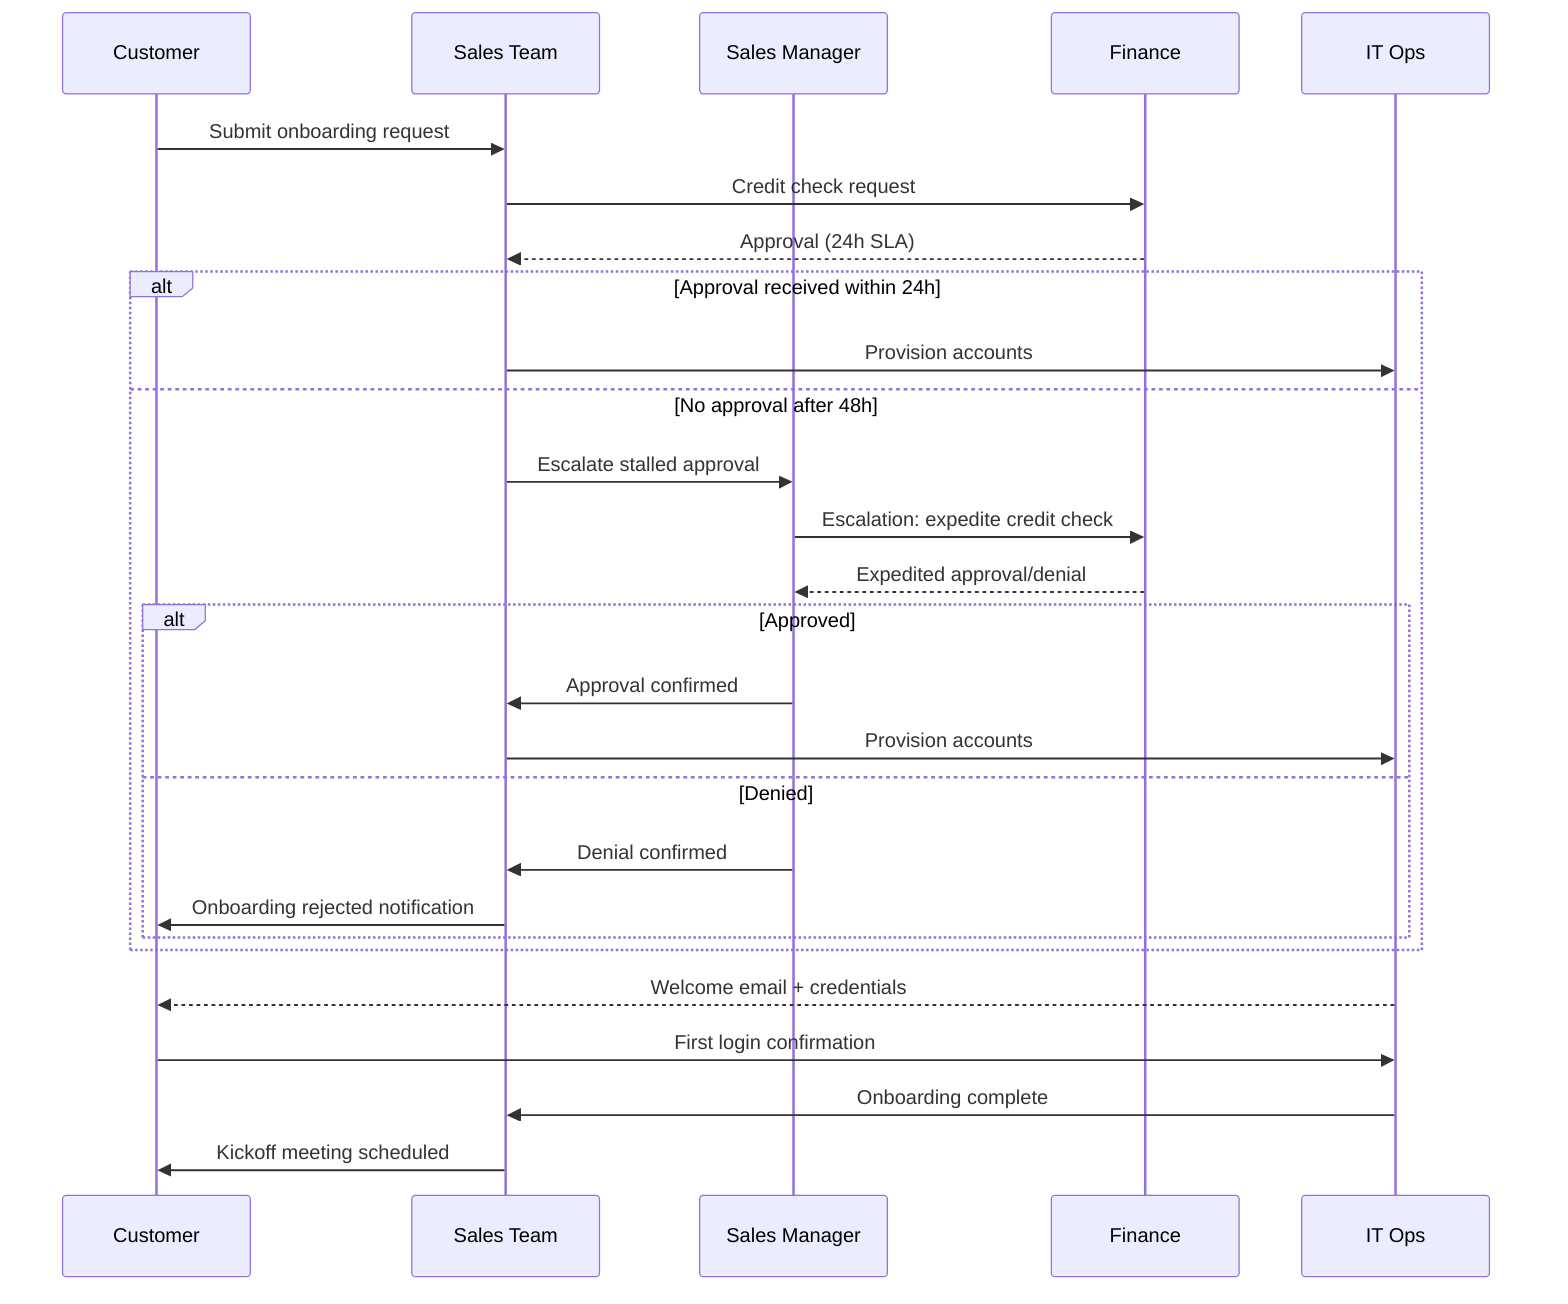
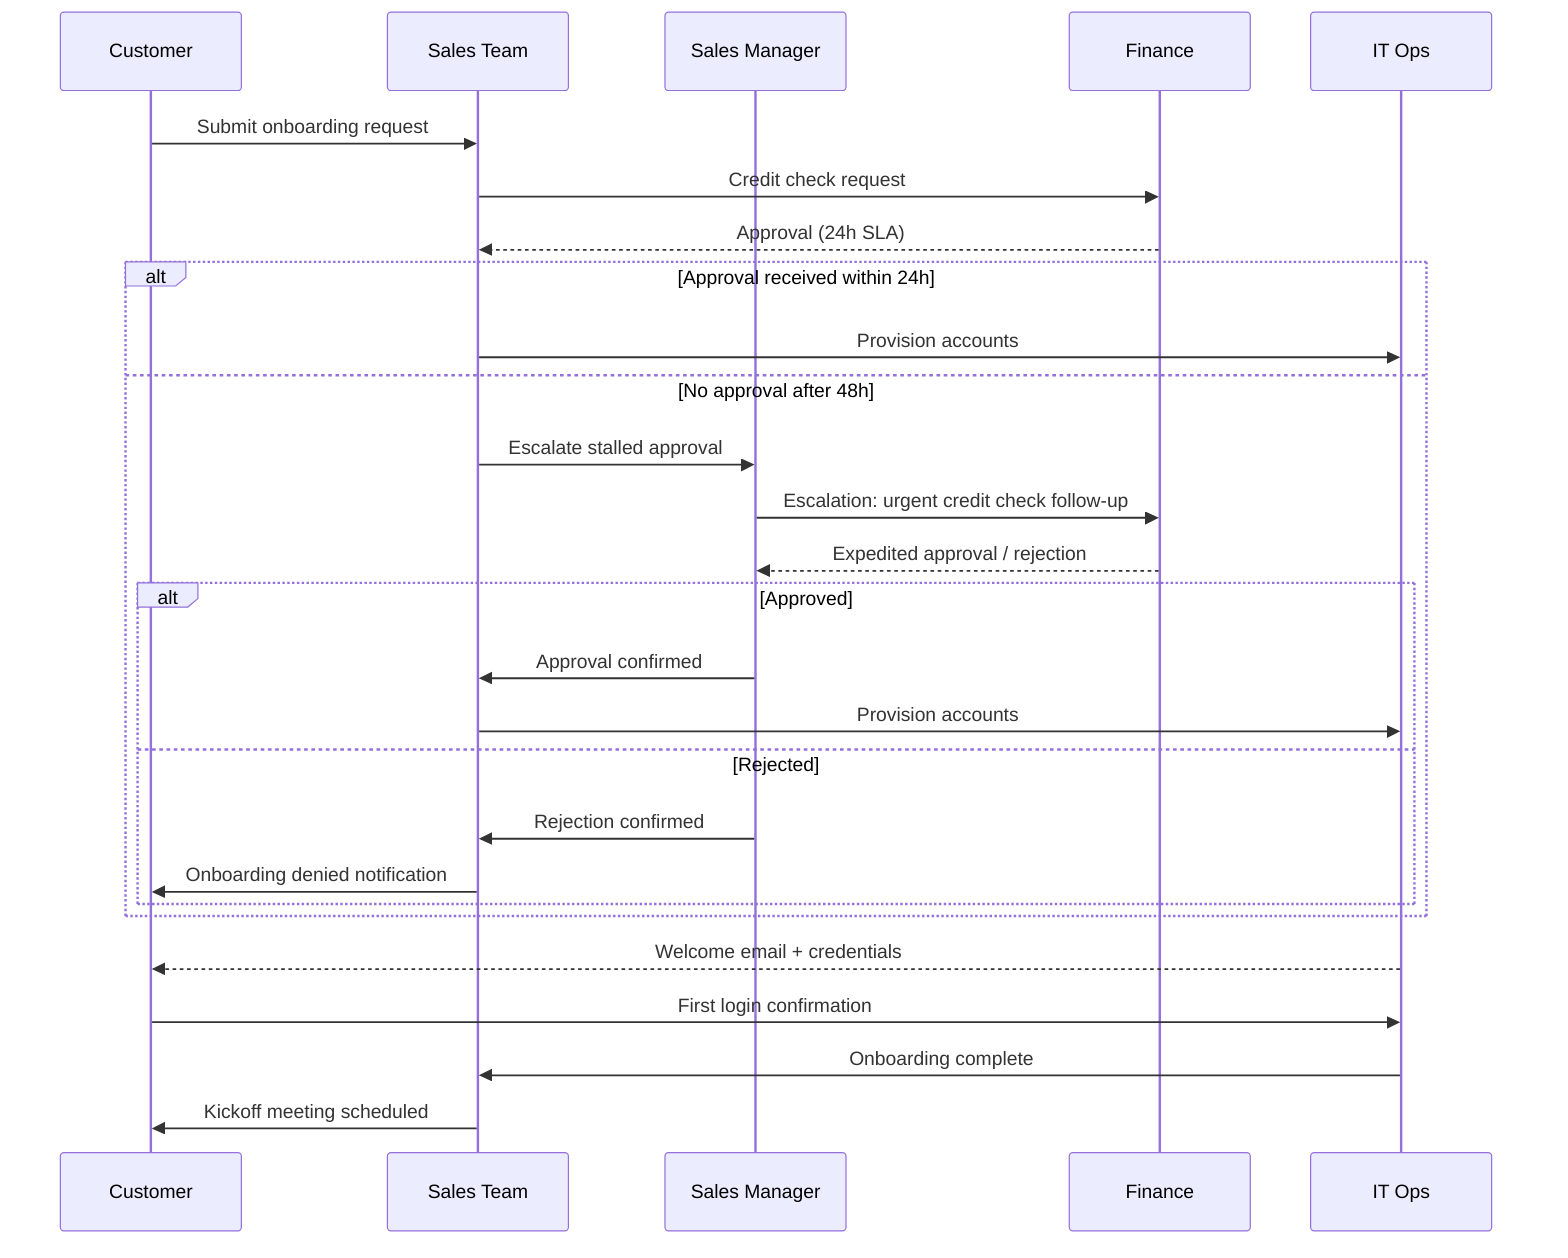
sequenceDiagram
    participant C as Customer
    participant S as Sales Team
    participant M as Sales Manager
    participant F as Finance
    participant IT as IT Ops

    C->>S: Submit onboarding request
    S->>F: Credit check request
    F-->>S: Approval (24h SLA)

    %% ⚡ CHANGED SECTION
    alt Approval received within 24h
        S->>IT: Provision accounts
    else No approval after 48h
        S->>M: Escalate stalled approval
-         M->>F: Escalation: expedite credit check
-         F-->>M: Expedited approval/denial
+         M->>F: Escalation: urgent credit check follow-up
+         F-->>M: Expedited approval / rejection
        alt Approved
            M->>S: Approval confirmed
            S->>IT: Provision accounts
-         else Denied
-             M->>S: Denial confirmed
-             S->>C: Onboarding rejected notification
+         else Rejected
+             M->>S: Rejection confirmed
+             S->>C: Onboarding denied notification
        end
    end
-     %% ⚡ END CHANGED SECTION
+     %% END CHANGED SECTION

    IT-->>C: Welcome email + credentials
    C->>IT: First login confirmation
    IT->>S: Onboarding complete
    S->>C: Kickoff meeting scheduled